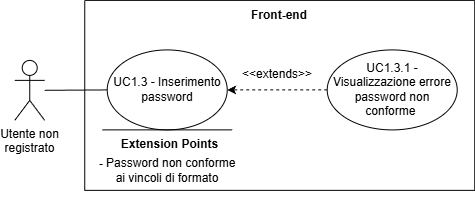
Above: assets/diagrams/UC1_3.png in SkarabGroup/DocumentazioneProgetto (draw.io), before the change. Source tidied: cells renumbered, new cells last; positions are measured from the earlier drawing's top-left corner, leaving out a move shared by most shapes.
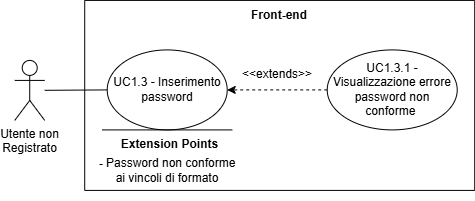
Later version of the same file.

What changed in the source:
```diff
@@ -2,7 +2,7 @@
   <root>
     <mxCell id="0" />
     <mxCell id="1" parent="0" />
-    <mxCell id="2" value="Utente non &lt;br&gt;registrato" style="shape=umlActor;verticalLabelPosition=bottom;verticalAlign=top;html=1;outlineConnect=0;" parent="1" vertex="1">
+    <mxCell id="2" value="Utente non &lt;br&gt;Registrato" style="shape=umlActor;verticalLabelPosition=bottom;verticalAlign=top;html=1;outlineConnect=0;" parent="1" vertex="1">
       <mxGeometry x="0.2" y="59.9" width="30" height="60" as="geometry" />
     </mxCell>
     <mxCell id="3" style="swimlane;startSize=0;" parent="1" vertex="1">
```
